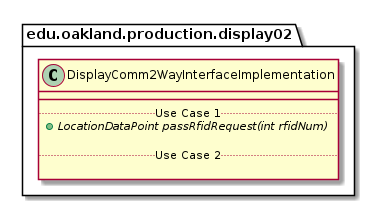
Earlier version of the PlantUML export docs/uml-class-diagrams/display02/production/DisplayComm2WayInterfaceImplementation/DisplayComm2WayInterfaceImplementation.png (elilley15/csi-3370-software-project). Its diagram source:
```plantuml
@startuml DisplayComm2WayInterfaceImplementation

package edu.oakland.production.display02 {
    class DisplayComm2WayInterfaceImplementation {
        __
        .. Use Case 1 ..
        {abstract} + LocationDataPoint passRfidRequest(int rfidNum)

        .. Use Case 2 ..

    }
}

@enduml
```
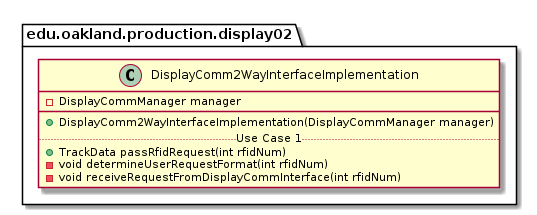
The same file after the commit.

Change to the diagram source:
```diff
@@ -2,12 +2,13 @@
 
 package edu.oakland.production.display02 {
     class DisplayComm2WayInterfaceImplementation {
+        - DisplayCommManager manager
         __
+        + DisplayComm2WayInterfaceImplementation(DisplayCommManager manager)
         .. Use Case 1 ..
-        {abstract} + LocationDataPoint passRfidRequest(int rfidNum)
-
-        .. Use Case 2 ..
-
+        + TrackData passRfidRequest(int rfidNum)
+        - void determineUserRequestFormat(int rfidNum)
+        - void receiveRequestFromDisplayCommInterface(int rfidNum)
     }
 }
 
```
